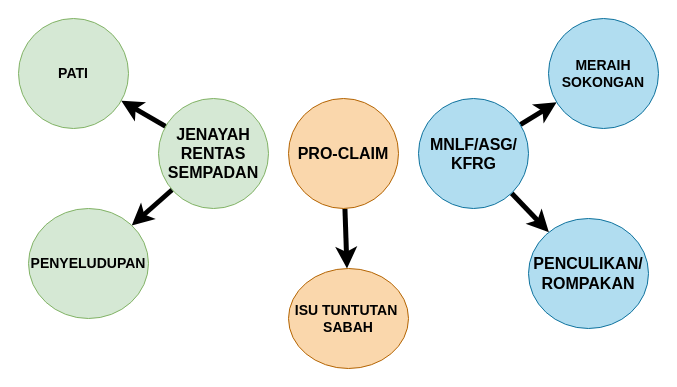
Above: Untitled Diagram.drawio in FaizAnuar/ashisu (draw.io), before the change. Source tidied: cells renumbered, new cells numbered last; positions are measured from the earlier drawing's top-left corner, leaving out a move shared by most shapes. Both pictures are drawn from the tidied source at 100%, with x=0, y=0 at pixel (18, 18).
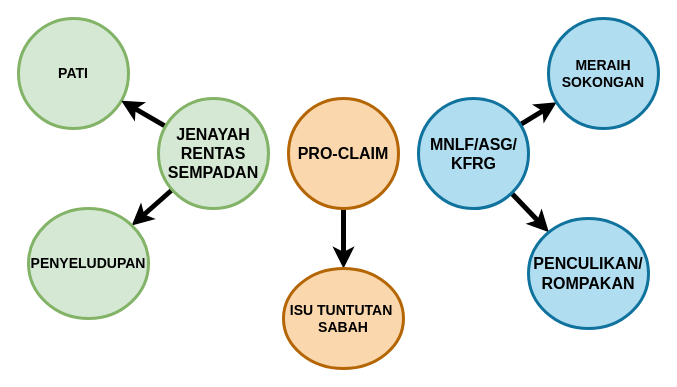
After the change.

Diff of the diagram source:
```diff
@@
 <mxGraphModel>
   <root>
     <mxCell id="0" />
     <mxCell id="1" parent="0" />
-    <mxCell id="2" value="&lt;font style=&quot;font-size: 14px&quot;&gt;&lt;b&gt;PATI&lt;/b&gt;&lt;/font&gt;" style="ellipse;whiteSpace=wrap;html=1;fillColor=#d5e8d4;strokeColor=#82b366;" parent="1" vertex="1">
+    <mxCell id="2" value="&lt;font style=&quot;font-size: 14px&quot;&gt;&lt;b&gt;PATI&lt;/b&gt;&lt;/font&gt;" style="ellipse;whiteSpace=wrap;html=1;fillColor=#d5e8d4;strokeColor=#82b366;strokeWidth=3;" parent="1" vertex="1">
       <mxGeometry width="110" height="110" as="geometry" />
     </mxCell>
     <mxCell id="3" style="rounded=0;jettySize=auto;html=1;strokeWidth=5;strokeColor=#000000;" parent="1" edge="1" source="5" target="2">
       <mxGeometry relative="1" as="geometry" />
     </mxCell>
     <mxCell id="4" style="edgeStyle=none;rounded=0;jettySize=auto;html=1;strokeColor=#000000;strokeWidth=5;" parent="1" edge="1" source="5" target="6">
       <mxGeometry relative="1" as="geometry" />
     </mxCell>
-    <mxCell id="5" value="&lt;b style=&quot;font-size: 16px&quot;&gt;JENAYAH &lt;br&gt;RENTAS SEMPADAN&lt;/b&gt;" style="ellipse;whiteSpace=wrap;html=1;fillColor=#d5e8d4;strokeColor=#82b366;" parent="1" vertex="1">
+    <mxCell id="5" value="&lt;b style=&quot;font-size: 16px&quot;&gt;JENAYAH &lt;br&gt;RENTAS SEMPADAN&lt;/b&gt;" style="ellipse;whiteSpace=wrap;html=1;fillColor=#d5e8d4;strokeColor=#82b366;strokeWidth=3;" parent="1" vertex="1">
       <mxGeometry x="140" y="80" width="110" height="110" as="geometry" />
     </mxCell>
-    <mxCell id="6" value="&lt;b&gt;&lt;font style=&quot;font-size: 14px&quot;&gt;PENYELUDUPAN&lt;/font&gt;&lt;/b&gt;" style="ellipse;whiteSpace=wrap;html=1;fillColor=#d5e8d4;strokeColor=#82b366;" parent="1" vertex="1">
+    <mxCell id="6" value="&lt;b&gt;&lt;font style=&quot;font-size: 14px&quot;&gt;PENYELUDUPAN&lt;/font&gt;&lt;/b&gt;" style="ellipse;whiteSpace=wrap;html=1;fillColor=#d5e8d4;strokeColor=#82b366;strokeWidth=3;" parent="1" vertex="1">
       <mxGeometry x="10" y="190" width="120" height="110" as="geometry" />
     </mxCell>
     <mxCell id="7" style="edgeStyle=none;rounded=0;jettySize=auto;html=1;strokeColor=#000000;strokeWidth=5;" parent="1" edge="1" source="8" target="9">
       <mxGeometry relative="1" as="geometry" />
     </mxCell>
-    <mxCell id="8" value="&lt;b&gt;&lt;font style=&quot;font-size: 16px&quot;&gt;PRO-CLAIM&lt;/font&gt;&lt;/b&gt;" style="ellipse;whiteSpace=wrap;html=1;fillColor=#fad7ac;strokeColor=#b46504;" parent="1" vertex="1">
+    <mxCell id="8" value="&lt;b&gt;&lt;font style=&quot;font-size: 16px&quot;&gt;PRO-CLAIM&lt;/font&gt;&lt;/b&gt;" style="ellipse;whiteSpace=wrap;html=1;fillColor=#fad7ac;strokeColor=#b46504;strokeWidth=3;" parent="1" vertex="1">
       <mxGeometry x="270" y="80" width="110" height="110" as="geometry" />
     </mxCell>
-    <mxCell id="9" value="&lt;b style=&quot;font-size: 14px&quot;&gt;ISU TUNTUTAN&amp;nbsp;&lt;br&gt;SABAH&lt;/b&gt;" style="ellipse;whiteSpace=wrap;html=1;fillColor=#fad7ac;strokeColor=#b46504;" parent="1" vertex="1">
-      <mxGeometry x="270" y="250" width="120" height="100" as="geometry" />
+    <mxCell id="9" value="&lt;b style=&quot;font-size: 14px&quot;&gt;ISU TUNTUTAN&amp;nbsp;&lt;br&gt;SABAH&lt;/b&gt;" style="ellipse;whiteSpace=wrap;html=1;fillColor=#fad7ac;strokeColor=#b46504;strokeWidth=3;" parent="1" vertex="1">
+      <mxGeometry x="265" y="250" width="120" height="100" as="geometry" />
     </mxCell>
     <mxCell id="10" style="edgeStyle=none;rounded=0;jettySize=auto;html=1;strokeColor=#000000;strokeWidth=5;" parent="1" edge="1" source="12" target="13">
       <mxGeometry relative="1" as="geometry" />
     </mxCell>
     <mxCell id="11" style="edgeStyle=none;rounded=0;jettySize=auto;html=1;strokeColor=#000000;strokeWidth=5;" parent="1" edge="1" source="12" target="14">
       <mxGeometry relative="1" as="geometry" />
     </mxCell>
-    <mxCell id="12" value="&lt;p style=&quot;line-height: normal ; margin-top: 0.95pt ; margin-bottom: 0pt ; margin-left: 0.01in ; font-size: 16px&quot;&gt;&lt;span style=&quot;font-family: &amp;#34;arial&amp;#34; ; letter-spacing: -0.1pt ; font-weight: bold&quot;&gt;MNLF/&lt;/span&gt;&lt;span style=&quot;font-family: &amp;#34;arial&amp;#34; ; letter-spacing: -0.1pt ; font-weight: bold&quot;&gt;ASG/&lt;/span&gt;&lt;/p&gt;&lt;p style=&quot;line-height: normal ; margin-top: 0.95pt ; margin-bottom: 0pt ; margin-left: 0.01in ; font-size: 16px&quot;&gt;&lt;span style=&quot;font-family: &amp;#34;arial&amp;#34; ; letter-spacing: -0.1pt ; font-weight: bold&quot;&gt;KFRG&lt;/span&gt;&lt;/p&gt;" style="ellipse;whiteSpace=wrap;html=1;fillColor=#b1ddf0;strokeColor=#10739e;" parent="1" vertex="1">
+    <mxCell id="12" value="&lt;p style=&quot;line-height: normal ; margin-top: 0.95pt ; margin-bottom: 0pt ; margin-left: 0.01in ; font-size: 16px&quot;&gt;&lt;span style=&quot;font-family: &amp;#34;arial&amp;#34; ; letter-spacing: -0.1pt ; font-weight: bold&quot;&gt;MNLF/&lt;/span&gt;&lt;span style=&quot;font-family: &amp;#34;arial&amp;#34; ; letter-spacing: -0.1pt ; font-weight: bold&quot;&gt;ASG/&lt;/span&gt;&lt;/p&gt;&lt;p style=&quot;line-height: normal ; margin-top: 0.95pt ; margin-bottom: 0pt ; margin-left: 0.01in ; font-size: 16px&quot;&gt;&lt;span style=&quot;font-family: &amp;#34;arial&amp;#34; ; letter-spacing: -0.1pt ; font-weight: bold&quot;&gt;KFRG&lt;/span&gt;&lt;/p&gt;" style="ellipse;whiteSpace=wrap;html=1;fillColor=#b1ddf0;strokeColor=#10739e;strokeWidth=3;" parent="1" vertex="1">
       <mxGeometry x="400" y="80" width="110" height="110" as="geometry" />
     </mxCell>
-    <mxCell id="13" value="&lt;b style=&quot;font-size: 14px&quot;&gt;MERAIH&lt;br&gt;SOKONGAN&lt;/b&gt;" style="ellipse;whiteSpace=wrap;html=1;fillColor=#b1ddf0;strokeColor=#10739e;" parent="1" vertex="1">
+    <mxCell id="13" value="&lt;b style=&quot;font-size: 14px&quot;&gt;MERAIH&lt;br&gt;SOKONGAN&lt;/b&gt;" style="ellipse;whiteSpace=wrap;html=1;fillColor=#b1ddf0;strokeColor=#10739e;strokeWidth=3;" parent="1" vertex="1">
       <mxGeometry x="530" width="110" height="110" as="geometry" />
     </mxCell>
-    <mxCell id="14" value="&lt;font style=&quot;font-size: 16px&quot;&gt;&lt;b&gt;PENCULIKAN/&lt;br&gt;ROMPAKAN&lt;br&gt;&lt;/b&gt;&lt;/font&gt;" style="ellipse;whiteSpace=wrap;html=1;fillColor=#b1ddf0;strokeColor=#10739e;" parent="1" vertex="1">
+    <mxCell id="14" value="&lt;font style=&quot;font-size: 16px&quot;&gt;&lt;b&gt;PENCULIKAN/&lt;br&gt;ROMPAKAN&lt;br&gt;&lt;/b&gt;&lt;/font&gt;" style="ellipse;whiteSpace=wrap;html=1;fillColor=#b1ddf0;strokeColor=#10739e;strokeWidth=3;" parent="1" vertex="1">
       <mxGeometry x="510" y="200" width="120" height="110" as="geometry" />
     </mxCell>
   </root>
 </mxGraphModel>
```
